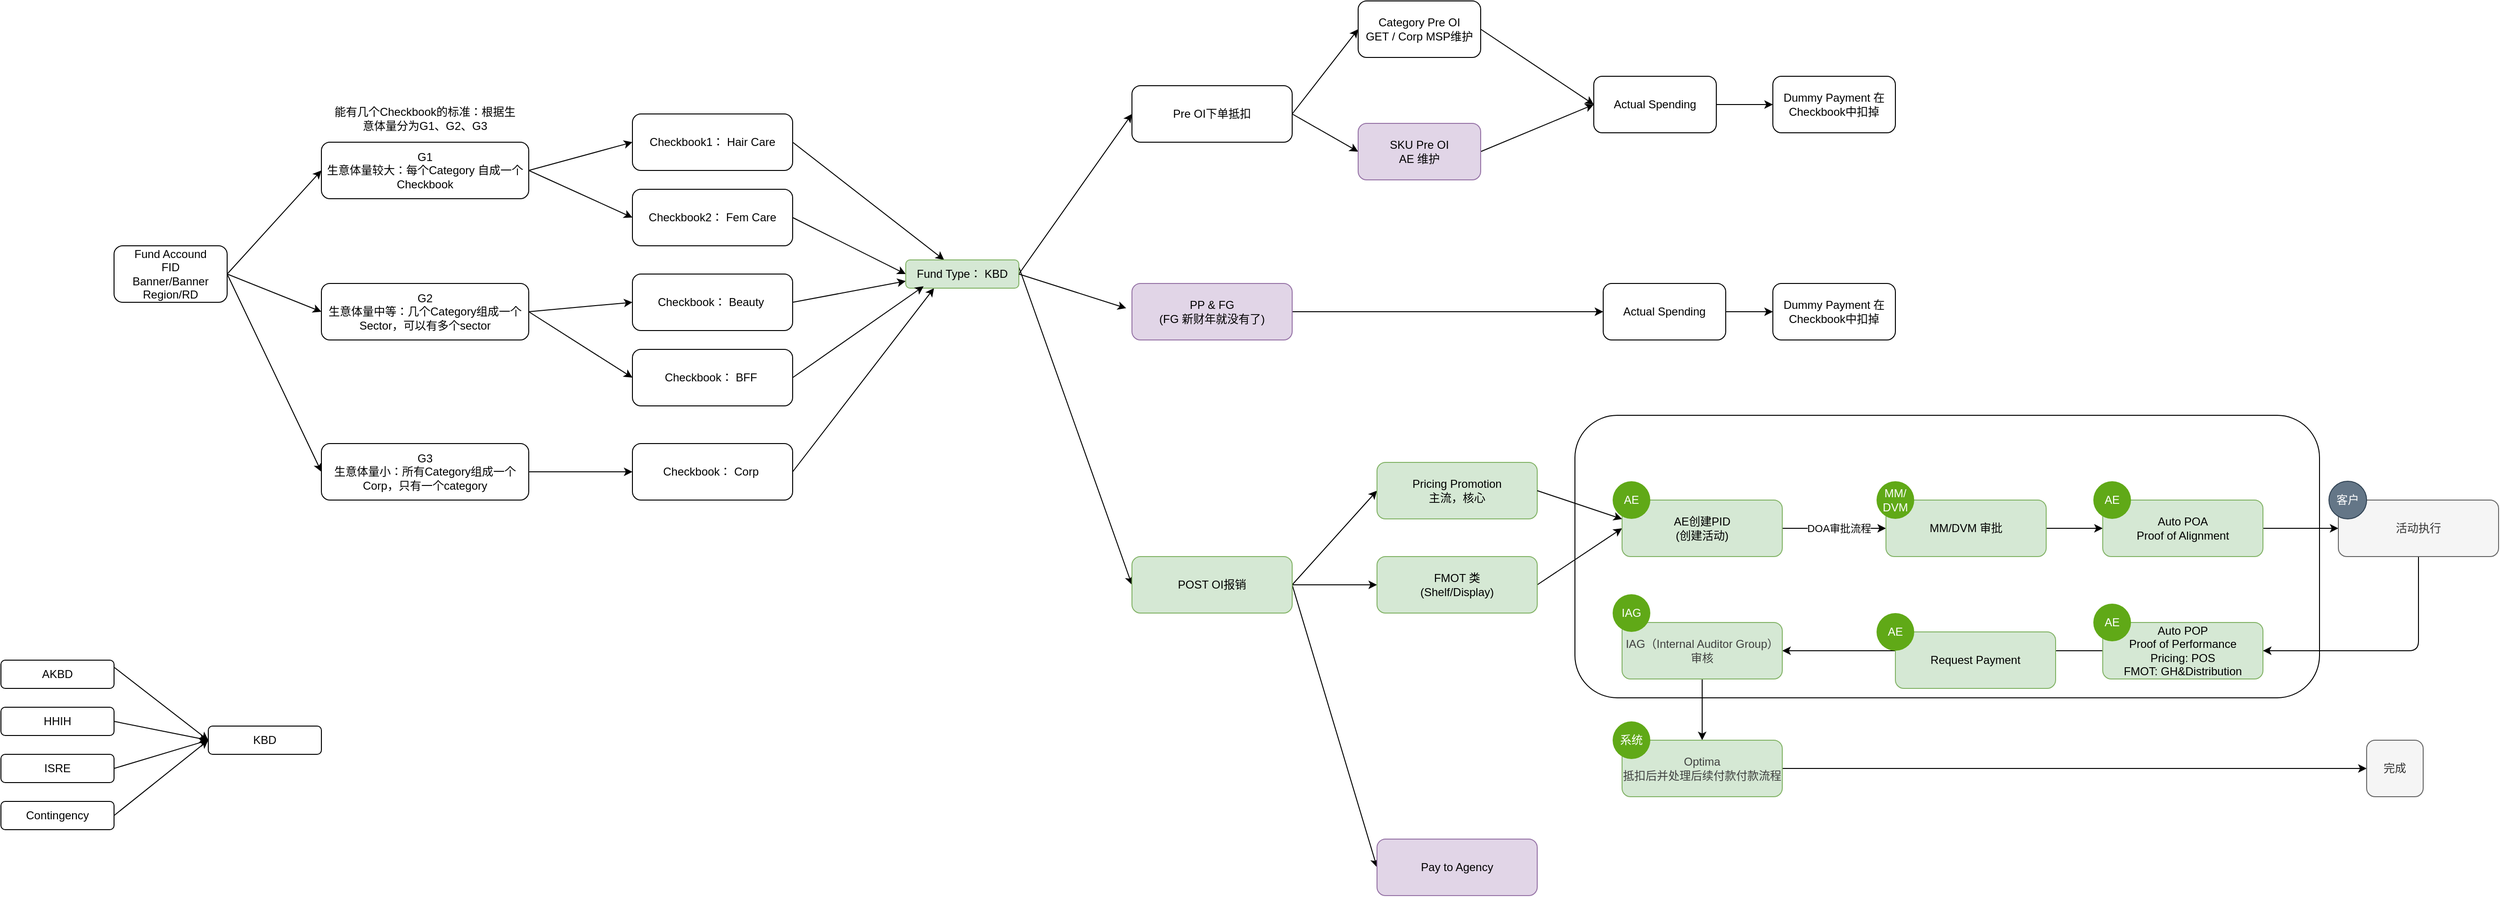
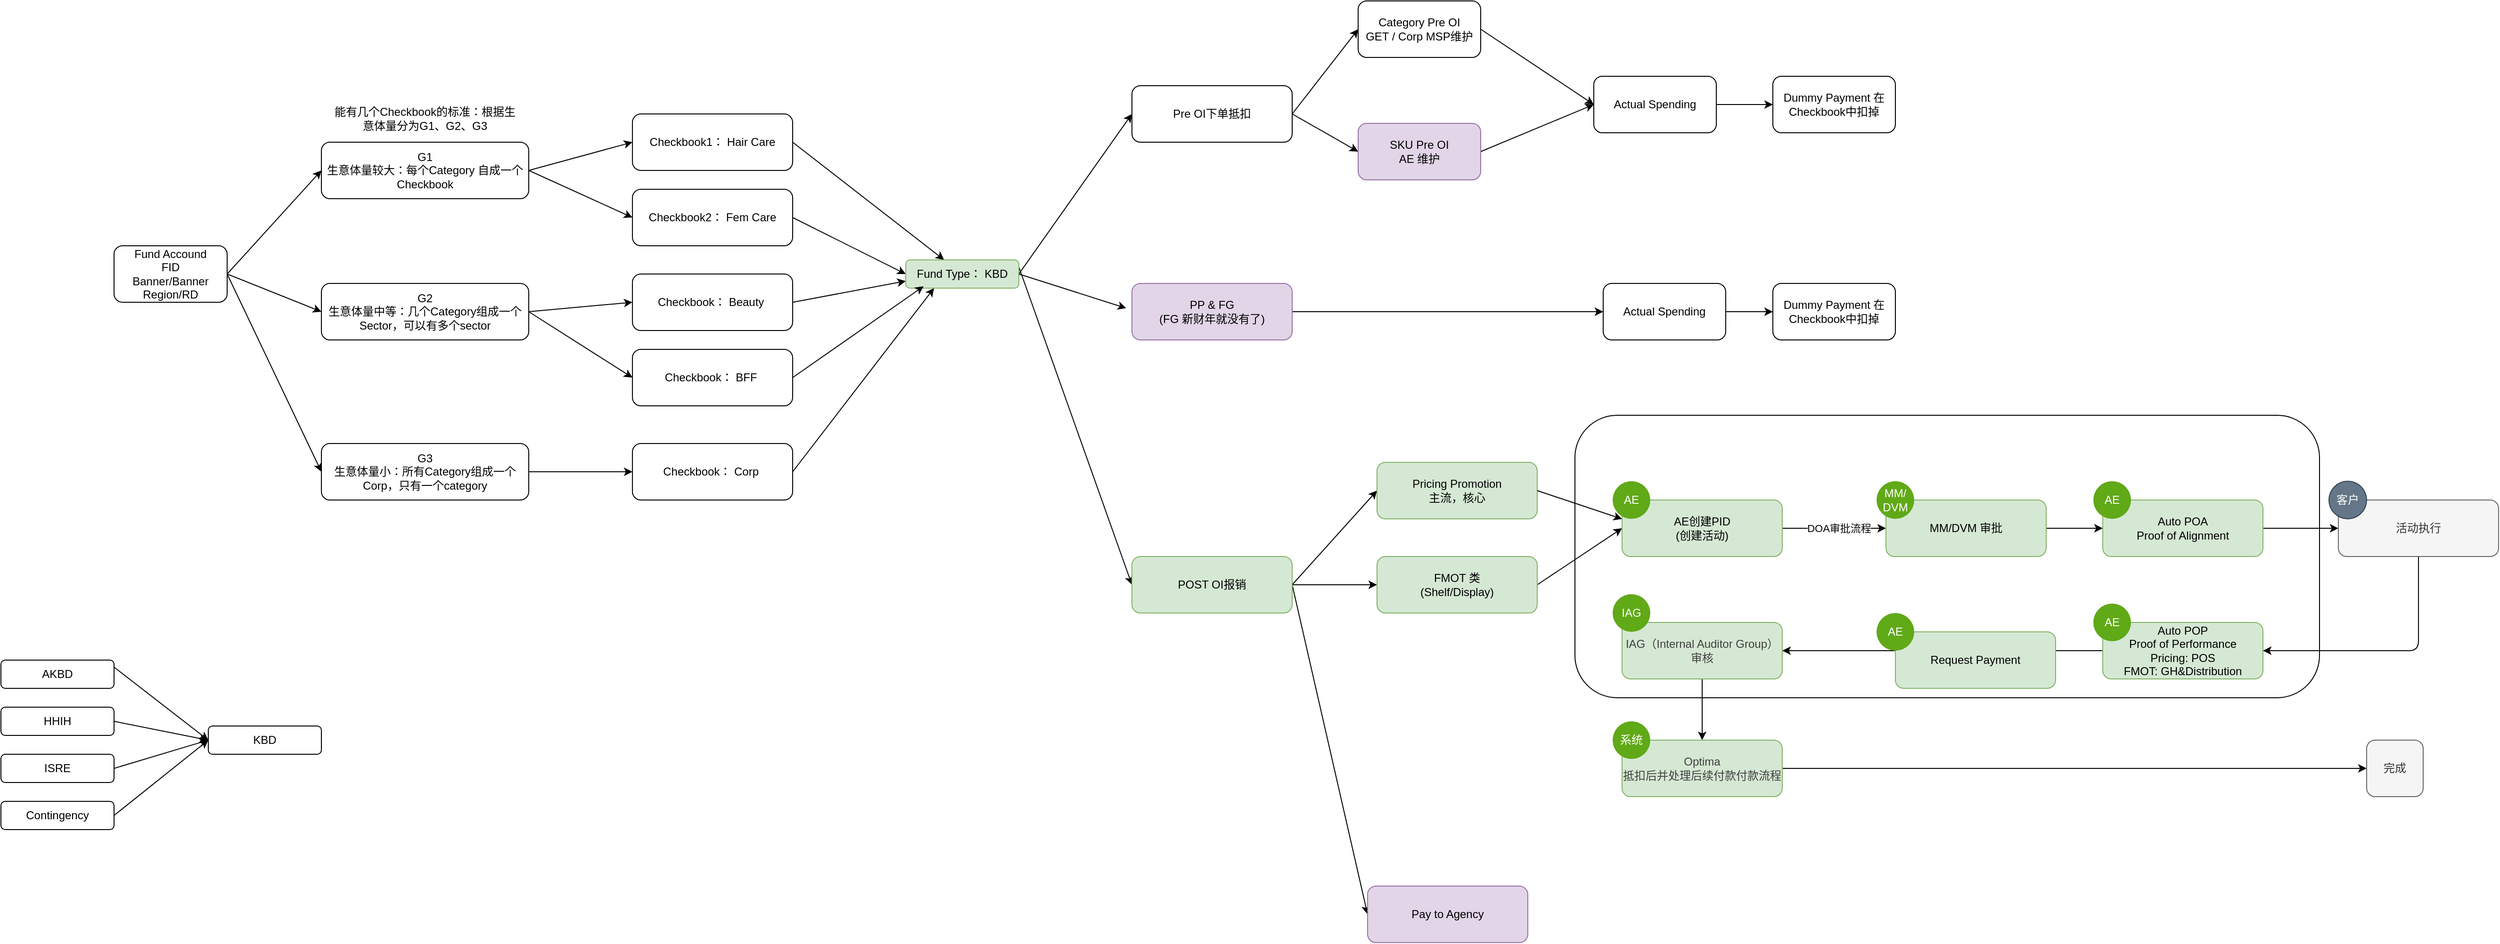
<mxfile host="65bd71144e">
    <diagram id="UAZPICK1sHRBZ5lxvISH" name="Page-1">
-         <mxGraphModel dx="3177" dy="1199" grid="1" gridSize="10" guides="1" tooltips="1" connect="1" arrows="1" fold="1" page="1" pageScale="1" pageWidth="2000" pageHeight="2000" math="0" shadow="0">
+         <mxGraphModel dx="3631" dy="826" grid="1" gridSize="10" guides="1" tooltips="1" connect="1" arrows="1" fold="1" page="1" pageScale="1" pageWidth="2000" pageHeight="2000" math="0" shadow="0">
            <root>
                <mxCell id="0"/>
                <mxCell id="1" parent="0"/>
-                 <mxCell id="74" value="" style="rounded=1;whiteSpace=wrap;html=1;" vertex="1" parent="1">
+                 <mxCell id="74" value="" style="rounded=1;whiteSpace=wrap;html=1;" parent="1" vertex="1">
                    <mxGeometry x="1510" y="520" width="790" height="300" as="geometry"/>
                </mxCell>
                <mxCell id="9" style="edgeStyle=none;html=1;exitX=1;exitY=0.5;exitDx=0;exitDy=0;entryX=0;entryY=0.5;entryDx=0;entryDy=0;" parent="1" source="2" target="8" edge="1">
                    <mxGeometry relative="1" as="geometry"/>
                </mxCell>
                <mxCell id="13" style="edgeStyle=none;html=1;exitX=1;exitY=0.5;exitDx=0;exitDy=0;entryX=0;entryY=0.5;entryDx=0;entryDy=0;" parent="1" source="2" target="12" edge="1">
                    <mxGeometry relative="1" as="geometry"/>
                </mxCell>
                <mxCell id="15" style="edgeStyle=none;html=1;exitX=1;exitY=0.5;exitDx=0;exitDy=0;entryX=0;entryY=0.5;entryDx=0;entryDy=0;" parent="1" source="2" target="14" edge="1">
                    <mxGeometry relative="1" as="geometry"/>
                </mxCell>
                <mxCell id="2" value="Fund Accound&lt;div&gt;FID&lt;/div&gt;&lt;div&gt;Banner/Banner Region/RD&lt;/div&gt;" style="rounded=1;whiteSpace=wrap;html=1;" parent="1" vertex="1">
                    <mxGeometry x="-40" y="340" width="120" height="60" as="geometry"/>
                </mxCell>
                <mxCell id="34" style="edgeStyle=none;html=1;exitX=1;exitY=0.5;exitDx=0;exitDy=0;" parent="1" source="3" target="24" edge="1">
                    <mxGeometry relative="1" as="geometry"/>
                </mxCell>
                <mxCell id="3" value="Checkbook1： Hair Care" style="rounded=1;whiteSpace=wrap;html=1;" parent="1" vertex="1">
                    <mxGeometry x="510" y="200" width="170" height="60" as="geometry"/>
                </mxCell>
                <mxCell id="35" style="edgeStyle=none;html=1;exitX=1;exitY=0.5;exitDx=0;exitDy=0;entryX=0;entryY=0.5;entryDx=0;entryDy=0;" parent="1" source="5" target="24" edge="1">
                    <mxGeometry relative="1" as="geometry"/>
                </mxCell>
                <mxCell id="5" value="Checkbook2： Fem Care" style="rounded=1;whiteSpace=wrap;html=1;" parent="1" vertex="1">
                    <mxGeometry x="510" y="280" width="170" height="60" as="geometry"/>
                </mxCell>
                <mxCell id="7" value="能有几个Checkbook的标准：根据生意体量分为G1、G2、G3" style="text;html=1;align=center;verticalAlign=middle;whiteSpace=wrap;rounded=0;" parent="1" vertex="1">
                    <mxGeometry x="190" y="190" width="200" height="30" as="geometry"/>
                </mxCell>
                <mxCell id="10" style="edgeStyle=none;html=1;exitX=1;exitY=0.5;exitDx=0;exitDy=0;entryX=0;entryY=0.5;entryDx=0;entryDy=0;" parent="1" source="8" target="3" edge="1">
                    <mxGeometry relative="1" as="geometry"/>
                </mxCell>
                <mxCell id="11" style="edgeStyle=none;html=1;exitX=1;exitY=0.5;exitDx=0;exitDy=0;entryX=0;entryY=0.5;entryDx=0;entryDy=0;" parent="1" source="8" target="5" edge="1">
                    <mxGeometry relative="1" as="geometry"/>
                </mxCell>
                <mxCell id="8" value="G1&lt;div&gt;生意体量较大：每个Category 自成一个Checkbook&lt;/div&gt;" style="rounded=1;whiteSpace=wrap;html=1;" parent="1" vertex="1">
                    <mxGeometry x="180" y="230" width="220" height="60" as="geometry"/>
                </mxCell>
                <mxCell id="18" style="edgeStyle=none;html=1;exitX=1;exitY=0.5;exitDx=0;exitDy=0;entryX=0;entryY=0.5;entryDx=0;entryDy=0;" parent="1" source="12" target="16" edge="1">
                    <mxGeometry relative="1" as="geometry"/>
                </mxCell>
                <mxCell id="20" style="edgeStyle=none;html=1;exitX=1;exitY=0.5;exitDx=0;exitDy=0;entryX=0;entryY=0.5;entryDx=0;entryDy=0;" parent="1" source="12" target="19" edge="1">
                    <mxGeometry relative="1" as="geometry"/>
                </mxCell>
                <mxCell id="12" value="G2&lt;div&gt;生意体量中等：几个Category组成一个Sector，可以有多个sector&lt;/div&gt;" style="rounded=1;whiteSpace=wrap;html=1;" parent="1" vertex="1">
                    <mxGeometry x="180" y="380" width="220" height="60" as="geometry"/>
                </mxCell>
                <mxCell id="22" style="edgeStyle=none;html=1;exitX=1;exitY=0.5;exitDx=0;exitDy=0;entryX=0;entryY=0.5;entryDx=0;entryDy=0;" parent="1" source="14" target="21" edge="1">
                    <mxGeometry relative="1" as="geometry"/>
                </mxCell>
                <mxCell id="14" value="G3&lt;div&gt;生意体量小：所有Category组成一个Corp，只有一个category&lt;/div&gt;" style="rounded=1;whiteSpace=wrap;html=1;" parent="1" vertex="1">
                    <mxGeometry x="180" y="550" width="220" height="60" as="geometry"/>
                </mxCell>
                <mxCell id="36" style="edgeStyle=none;html=1;exitX=1;exitY=0.5;exitDx=0;exitDy=0;entryX=0;entryY=0.75;entryDx=0;entryDy=0;" parent="1" source="16" target="24" edge="1">
                    <mxGeometry relative="1" as="geometry"/>
                </mxCell>
                <mxCell id="16" value="Checkbook： Beauty&amp;nbsp;" style="rounded=1;whiteSpace=wrap;html=1;" parent="1" vertex="1">
                    <mxGeometry x="510" y="370" width="170" height="60" as="geometry"/>
                </mxCell>
                <mxCell id="19" value="Checkbook： BFF&amp;nbsp;" style="rounded=1;whiteSpace=wrap;html=1;" parent="1" vertex="1">
                    <mxGeometry x="510" y="450" width="170" height="60" as="geometry"/>
                </mxCell>
                <mxCell id="38" style="edgeStyle=none;html=1;exitX=1;exitY=0.5;exitDx=0;exitDy=0;entryX=0.25;entryY=1;entryDx=0;entryDy=0;" parent="1" source="21" target="24" edge="1">
                    <mxGeometry relative="1" as="geometry"/>
                </mxCell>
                <mxCell id="21" value="Checkbook： Corp&amp;nbsp;" style="rounded=1;whiteSpace=wrap;html=1;" parent="1" vertex="1">
                    <mxGeometry x="510" y="550" width="170" height="60" as="geometry"/>
                </mxCell>
                <mxCell id="23" value="KBD" style="rounded=1;whiteSpace=wrap;html=1;" parent="1" vertex="1">
                    <mxGeometry x="60" y="850" width="120" height="30" as="geometry"/>
                </mxCell>
                <mxCell id="42" style="edgeStyle=none;html=1;exitX=1;exitY=0.5;exitDx=0;exitDy=0;entryX=0;entryY=0.5;entryDx=0;entryDy=0;" parent="1" source="24" target="40" edge="1">
                    <mxGeometry relative="1" as="geometry"/>
                </mxCell>
                <mxCell id="43" style="edgeStyle=none;html=1;exitX=1;exitY=0.25;exitDx=0;exitDy=0;entryX=0;entryY=0.5;entryDx=0;entryDy=0;" parent="1" source="24" target="41" edge="1">
                    <mxGeometry relative="1" as="geometry"/>
                </mxCell>
                <mxCell id="24" value="Fund Type： KBD" style="rounded=1;whiteSpace=wrap;html=1;fillColor=#d5e8d4;strokeColor=#82b366;" parent="1" vertex="1">
                    <mxGeometry x="800" y="355" width="120" height="30" as="geometry"/>
                </mxCell>
                <mxCell id="30" style="edgeStyle=none;html=1;exitX=1;exitY=0.5;exitDx=0;exitDy=0;entryX=0;entryY=0.5;entryDx=0;entryDy=0;" parent="1" source="25" target="23" edge="1">
                    <mxGeometry relative="1" as="geometry"/>
                </mxCell>
                <mxCell id="25" value="HHIH" style="rounded=1;whiteSpace=wrap;html=1;" parent="1" vertex="1">
                    <mxGeometry x="-160" y="830" width="120" height="30" as="geometry"/>
                </mxCell>
                <mxCell id="29" style="edgeStyle=none;html=1;exitX=1;exitY=0.25;exitDx=0;exitDy=0;entryX=0;entryY=0.5;entryDx=0;entryDy=0;" parent="1" source="26" target="23" edge="1">
                    <mxGeometry relative="1" as="geometry"/>
                </mxCell>
                <mxCell id="26" value="AKBD" style="rounded=1;whiteSpace=wrap;html=1;" parent="1" vertex="1">
                    <mxGeometry x="-160" y="780" width="120" height="30" as="geometry"/>
                </mxCell>
                <mxCell id="31" style="edgeStyle=none;html=1;exitX=1;exitY=0.5;exitDx=0;exitDy=0;entryX=0;entryY=0.5;entryDx=0;entryDy=0;" parent="1" source="27" target="23" edge="1">
                    <mxGeometry relative="1" as="geometry"/>
                </mxCell>
                <mxCell id="27" value="ISRE" style="rounded=1;whiteSpace=wrap;html=1;" parent="1" vertex="1">
                    <mxGeometry x="-160" y="880" width="120" height="30" as="geometry"/>
                </mxCell>
                <mxCell id="32" style="edgeStyle=none;html=1;exitX=1;exitY=0.5;exitDx=0;exitDy=0;entryX=0;entryY=0.5;entryDx=0;entryDy=0;" parent="1" source="28" target="23" edge="1">
                    <mxGeometry relative="1" as="geometry"/>
                </mxCell>
                <mxCell id="28" value="Contingency" style="rounded=1;whiteSpace=wrap;html=1;" parent="1" vertex="1">
                    <mxGeometry x="-160" y="930" width="120" height="30" as="geometry"/>
                </mxCell>
                <mxCell id="39" style="edgeStyle=none;html=1;exitX=1;exitY=0.5;exitDx=0;exitDy=0;entryX=0.158;entryY=0.933;entryDx=0;entryDy=0;entryPerimeter=0;" parent="1" source="19" target="24" edge="1">
                    <mxGeometry relative="1" as="geometry"/>
                </mxCell>
                <mxCell id="46" style="edgeStyle=none;html=1;exitX=1;exitY=0.5;exitDx=0;exitDy=0;entryX=0;entryY=0.5;entryDx=0;entryDy=0;" parent="1" source="40" target="44" edge="1">
                    <mxGeometry relative="1" as="geometry"/>
                </mxCell>
                <mxCell id="48" style="edgeStyle=none;html=1;exitX=1;exitY=0.5;exitDx=0;exitDy=0;entryX=0;entryY=0.5;entryDx=0;entryDy=0;" parent="1" source="40" target="47" edge="1">
                    <mxGeometry relative="1" as="geometry"/>
                </mxCell>
                <mxCell id="40" value="Pre OI下单抵扣" style="rounded=1;whiteSpace=wrap;html=1;" parent="1" vertex="1">
                    <mxGeometry x="1040" y="170" width="170" height="60" as="geometry"/>
                </mxCell>
-                 <mxCell id="59" style="edgeStyle=none;html=1;exitX=1;exitY=0.5;exitDx=0;exitDy=0;entryX=0;entryY=0.5;entryDx=0;entryDy=0;" edge="1" parent="1" source="41" target="56">
-                     <mxGeometry relative="1" as="geometry"/>
-                 </mxCell>
-                 <mxCell id="60" style="edgeStyle=none;html=1;exitX=1;exitY=0.5;exitDx=0;exitDy=0;entryX=0;entryY=0.5;entryDx=0;entryDy=0;" edge="1" parent="1" source="41" target="57">
-                     <mxGeometry relative="1" as="geometry"/>
-                 </mxCell>
-                 <mxCell id="61" style="edgeStyle=none;html=1;exitX=1;exitY=0.5;exitDx=0;exitDy=0;entryX=0;entryY=0.5;entryDx=0;entryDy=0;" edge="1" parent="1" source="41" target="58">
+                 <mxCell id="59" style="edgeStyle=none;html=1;exitX=1;exitY=0.5;exitDx=0;exitDy=0;entryX=0;entryY=0.5;entryDx=0;entryDy=0;" parent="1" source="41" target="56" edge="1">
+                     <mxGeometry relative="1" as="geometry"/>
+                 </mxCell>
+                 <mxCell id="60" style="edgeStyle=none;html=1;exitX=1;exitY=0.5;exitDx=0;exitDy=0;entryX=0;entryY=0.5;entryDx=0;entryDy=0;" parent="1" source="41" target="57" edge="1">
+                     <mxGeometry relative="1" as="geometry"/>
+                 </mxCell>
+                 <mxCell id="61" style="edgeStyle=none;html=1;exitX=1;exitY=0.5;exitDx=0;exitDy=0;entryX=0;entryY=0.5;entryDx=0;entryDy=0;" parent="1" source="41" target="58" edge="1">
                    <mxGeometry relative="1" as="geometry"/>
                </mxCell>
                <mxCell id="41" value="POST OI报销" style="rounded=1;whiteSpace=wrap;html=1;fillColor=#d5e8d4;strokeColor=#82b366;" parent="1" vertex="1">
                    <mxGeometry x="1040" y="670" width="170" height="60" as="geometry"/>
                </mxCell>
                <mxCell id="52" style="edgeStyle=none;html=1;exitX=1;exitY=0.5;exitDx=0;exitDy=0;entryX=0;entryY=0.5;entryDx=0;entryDy=0;" parent="1" source="44" target="51" edge="1">
                    <mxGeometry relative="1" as="geometry"/>
                </mxCell>
                <mxCell id="44" value="Category Pre OI&lt;div&gt;GET / Corp MSP维护&lt;/div&gt;" style="rounded=1;whiteSpace=wrap;html=1;" parent="1" vertex="1">
                    <mxGeometry x="1280" y="80" width="130" height="60" as="geometry"/>
                </mxCell>
                <mxCell id="53" style="edgeStyle=none;html=1;exitX=1;exitY=0.5;exitDx=0;exitDy=0;entryX=0;entryY=0.5;entryDx=0;entryDy=0;" parent="1" source="47" target="51" edge="1">
                    <mxGeometry relative="1" as="geometry"/>
                </mxCell>
                <mxCell id="47" value="SKU Pre OI&lt;div&gt;AE 维护&lt;/div&gt;" style="rounded=1;whiteSpace=wrap;html=1;fillColor=#e1d5e7;strokeColor=#9673a6;" parent="1" vertex="1">
                    <mxGeometry x="1280" y="210" width="130" height="60" as="geometry"/>
                </mxCell>
                <mxCell id="55" style="edgeStyle=none;html=1;exitX=1;exitY=0.5;exitDx=0;exitDy=0;entryX=0;entryY=0.5;entryDx=0;entryDy=0;" parent="1" source="51" target="54" edge="1">
                    <mxGeometry relative="1" as="geometry"/>
                </mxCell>
                <mxCell id="51" value="Actual Spending" style="rounded=1;whiteSpace=wrap;html=1;" parent="1" vertex="1">
                    <mxGeometry x="1530" y="160" width="130" height="60" as="geometry"/>
                </mxCell>
                <mxCell id="54" value="Dummy Payment 在Checkbook中扣掉" style="rounded=1;whiteSpace=wrap;html=1;" parent="1" vertex="1">
                    <mxGeometry x="1720" y="160" width="130" height="60" as="geometry"/>
                </mxCell>
-                 <mxCell id="56" value="Pricing Promotion&lt;div&gt;主流，核心&lt;/div&gt;" style="rounded=1;whiteSpace=wrap;html=1;fillColor=#d5e8d4;strokeColor=#82b366;" vertex="1" parent="1">
+                 <mxCell id="56" value="Pricing Promotion&lt;div&gt;主流，核心&lt;/div&gt;" style="rounded=1;whiteSpace=wrap;html=1;fillColor=#d5e8d4;strokeColor=#82b366;" parent="1" vertex="1">
                    <mxGeometry x="1300" y="570" width="170" height="60" as="geometry"/>
                </mxCell>
-                 <mxCell id="76" style="edgeStyle=none;html=1;exitX=1;exitY=0.5;exitDx=0;exitDy=0;entryX=0;entryY=0.5;entryDx=0;entryDy=0;" edge="1" parent="1" source="57" target="70">
-                     <mxGeometry relative="1" as="geometry"/>
-                 </mxCell>
-                 <mxCell id="57" value="FMOT 类&lt;div&gt;(Shelf/Display)&lt;/div&gt;" style="rounded=1;whiteSpace=wrap;html=1;fillColor=#d5e8d4;strokeColor=#82b366;" vertex="1" parent="1">
+                 <mxCell id="76" style="edgeStyle=none;html=1;exitX=1;exitY=0.5;exitDx=0;exitDy=0;entryX=0;entryY=0.5;entryDx=0;entryDy=0;" parent="1" source="57" target="70" edge="1">
+                     <mxGeometry relative="1" as="geometry"/>
+                 </mxCell>
+                 <mxCell id="57" value="FMOT 类&lt;div&gt;(Shelf/Display)&lt;/div&gt;" style="rounded=1;whiteSpace=wrap;html=1;fillColor=#d5e8d4;strokeColor=#82b366;" parent="1" vertex="1">
                    <mxGeometry x="1300" y="670" width="170" height="60" as="geometry"/>
                </mxCell>
-                 <mxCell id="58" value="Pay to Agency" style="rounded=1;whiteSpace=wrap;html=1;fillColor=#e1d5e7;strokeColor=#9673a6;" vertex="1" parent="1">
-                     <mxGeometry x="1300" y="970" width="170" height="60" as="geometry"/>
-                 </mxCell>
-                 <mxCell id="64" style="edgeStyle=none;html=1;exitX=1;exitY=0.5;exitDx=0;exitDy=0;entryX=0;entryY=0.5;entryDx=0;entryDy=0;" edge="1" parent="1" source="62" target="63">
-                     <mxGeometry relative="1" as="geometry"/>
-                 </mxCell>
-                 <mxCell id="62" value="PP &amp;amp; FG&lt;div&gt;(FG 新财年就没有了)&lt;/div&gt;" style="rounded=1;whiteSpace=wrap;html=1;fillColor=#e1d5e7;strokeColor=#9673a6;" vertex="1" parent="1">
+                 <mxCell id="58" value="Pay to Agency" style="rounded=1;whiteSpace=wrap;html=1;fillColor=#e1d5e7;strokeColor=#9673a6;" parent="1" vertex="1">
+                     <mxGeometry x="1290" y="1020" width="170" height="60" as="geometry"/>
+                 </mxCell>
+                 <mxCell id="64" style="edgeStyle=none;html=1;exitX=1;exitY=0.5;exitDx=0;exitDy=0;entryX=0;entryY=0.5;entryDx=0;entryDy=0;" parent="1" source="62" target="63" edge="1">
+                     <mxGeometry relative="1" as="geometry"/>
+                 </mxCell>
+                 <mxCell id="62" value="PP &amp;amp; FG&lt;div&gt;(FG 新财年就没有了)&lt;/div&gt;" style="rounded=1;whiteSpace=wrap;html=1;fillColor=#e1d5e7;strokeColor=#9673a6;" parent="1" vertex="1">
                    <mxGeometry x="1040" y="380" width="170" height="60" as="geometry"/>
                </mxCell>
-                 <mxCell id="67" style="edgeStyle=none;html=1;exitX=1;exitY=0.5;exitDx=0;exitDy=0;entryX=0;entryY=0.5;entryDx=0;entryDy=0;" edge="1" parent="1" source="63" target="66">
-                     <mxGeometry relative="1" as="geometry"/>
-                 </mxCell>
-                 <mxCell id="63" value="Actual Spending" style="rounded=1;whiteSpace=wrap;html=1;" vertex="1" parent="1">
+                 <mxCell id="67" style="edgeStyle=none;html=1;exitX=1;exitY=0.5;exitDx=0;exitDy=0;entryX=0;entryY=0.5;entryDx=0;entryDy=0;" parent="1" source="63" target="66" edge="1">
+                     <mxGeometry relative="1" as="geometry"/>
+                 </mxCell>
+                 <mxCell id="63" value="Actual Spending" style="rounded=1;whiteSpace=wrap;html=1;" parent="1" vertex="1">
                    <mxGeometry x="1540" y="380" width="130" height="60" as="geometry"/>
                </mxCell>
-                 <mxCell id="65" style="edgeStyle=none;html=1;exitX=1;exitY=0.5;exitDx=0;exitDy=0;entryX=-0.036;entryY=0.438;entryDx=0;entryDy=0;entryPerimeter=0;" edge="1" parent="1" source="24" target="62">
-                     <mxGeometry relative="1" as="geometry"/>
-                 </mxCell>
-                 <mxCell id="66" value="Dummy Payment 在Checkbook中扣掉" style="rounded=1;whiteSpace=wrap;html=1;" vertex="1" parent="1">
+                 <mxCell id="65" style="edgeStyle=none;html=1;exitX=1;exitY=0.5;exitDx=0;exitDy=0;entryX=-0.036;entryY=0.438;entryDx=0;entryDy=0;entryPerimeter=0;" parent="1" source="24" target="62" edge="1">
+                     <mxGeometry relative="1" as="geometry"/>
+                 </mxCell>
+                 <mxCell id="66" value="Dummy Payment 在Checkbook中扣掉" style="rounded=1;whiteSpace=wrap;html=1;" parent="1" vertex="1">
                    <mxGeometry x="1720" y="380" width="130" height="60" as="geometry"/>
                </mxCell>
-                 <mxCell id="77" style="edgeStyle=none;html=1;exitX=1;exitY=0.5;exitDx=0;exitDy=0;entryX=0;entryY=0.5;entryDx=0;entryDy=0;" edge="1" parent="1" source="70" target="73">
-                     <mxGeometry relative="1" as="geometry"/>
-                 </mxCell>
-                 <mxCell id="78" value="DOA审批流程" style="edgeLabel;html=1;align=center;verticalAlign=middle;resizable=0;points=[];" vertex="1" connectable="0" parent="77">
+                 <mxCell id="77" style="edgeStyle=none;html=1;exitX=1;exitY=0.5;exitDx=0;exitDy=0;entryX=0;entryY=0.5;entryDx=0;entryDy=0;" parent="1" source="70" target="73" edge="1">
+                     <mxGeometry relative="1" as="geometry"/>
+                 </mxCell>
+                 <mxCell id="78" value="DOA审批流程" style="edgeLabel;html=1;align=center;verticalAlign=middle;resizable=0;points=[];" parent="77" vertex="1" connectable="0">
                    <mxGeometry x="-0.2154" relative="1" as="geometry">
                        <mxPoint x="17" as="offset"/>
                    </mxGeometry>
                </mxCell>
-                 <mxCell id="70" value="AE创建PID&lt;div&gt;(创建活动)&lt;/div&gt;" style="rounded=1;whiteSpace=wrap;html=1;fillColor=#d5e8d4;strokeColor=#82b366;" vertex="1" parent="1">
+                 <mxCell id="70" value="AE创建PID&lt;div&gt;(创建活动)&lt;/div&gt;" style="rounded=1;whiteSpace=wrap;html=1;fillColor=#d5e8d4;strokeColor=#82b366;" parent="1" vertex="1">
                    <mxGeometry x="1560" y="610" width="170" height="60" as="geometry"/>
                </mxCell>
-                 <mxCell id="80" style="edgeStyle=none;html=1;exitX=1;exitY=0.5;exitDx=0;exitDy=0;entryX=0;entryY=0.5;entryDx=0;entryDy=0;" edge="1" parent="1" source="73" target="79">
-                     <mxGeometry relative="1" as="geometry"/>
-                 </mxCell>
-                 <mxCell id="73" value="MM/DVM 审批" style="rounded=1;whiteSpace=wrap;html=1;fillColor=#d5e8d4;strokeColor=#82b366;" vertex="1" parent="1">
+                 <mxCell id="80" style="edgeStyle=none;html=1;exitX=1;exitY=0.5;exitDx=0;exitDy=0;entryX=0;entryY=0.5;entryDx=0;entryDy=0;" parent="1" source="73" target="79" edge="1">
+                     <mxGeometry relative="1" as="geometry"/>
+                 </mxCell>
+                 <mxCell id="73" value="MM/DVM 审批" style="rounded=1;whiteSpace=wrap;html=1;fillColor=#d5e8d4;strokeColor=#82b366;" parent="1" vertex="1">
                    <mxGeometry x="1840" y="610" width="170" height="60" as="geometry"/>
                </mxCell>
-                 <mxCell id="75" style="edgeStyle=none;html=1;exitX=1;exitY=0.5;exitDx=0;exitDy=0;entryX=0;entryY=0.336;entryDx=0;entryDy=0;entryPerimeter=0;" edge="1" parent="1" source="56" target="70">
-                     <mxGeometry relative="1" as="geometry"/>
-                 </mxCell>
-                 <mxCell id="85" style="edgeStyle=none;html=1;exitX=1;exitY=0.5;exitDx=0;exitDy=0;entryX=0;entryY=0.5;entryDx=0;entryDy=0;" edge="1" parent="1" source="79" target="84">
-                     <mxGeometry relative="1" as="geometry"/>
-                 </mxCell>
-                 <mxCell id="79" value="Auto POA&lt;div&gt;Proof of Alignment&lt;/div&gt;" style="rounded=1;whiteSpace=wrap;html=1;fillColor=#d5e8d4;strokeColor=#82b366;" vertex="1" parent="1">
+                 <mxCell id="75" style="edgeStyle=none;html=1;exitX=1;exitY=0.5;exitDx=0;exitDy=0;entryX=0;entryY=0.336;entryDx=0;entryDy=0;entryPerimeter=0;" parent="1" source="56" target="70" edge="1">
+                     <mxGeometry relative="1" as="geometry"/>
+                 </mxCell>
+                 <mxCell id="85" style="edgeStyle=none;html=1;exitX=1;exitY=0.5;exitDx=0;exitDy=0;entryX=0;entryY=0.5;entryDx=0;entryDy=0;" parent="1" source="79" target="84" edge="1">
+                     <mxGeometry relative="1" as="geometry"/>
+                 </mxCell>
+                 <mxCell id="79" value="Auto POA&lt;div&gt;Proof of Alignment&lt;/div&gt;" style="rounded=1;whiteSpace=wrap;html=1;fillColor=#d5e8d4;strokeColor=#82b366;" parent="1" vertex="1">
                    <mxGeometry x="2070" y="610" width="170" height="60" as="geometry"/>
                </mxCell>
-                 <mxCell id="88" style="edgeStyle=none;html=1;exitX=0;exitY=0.5;exitDx=0;exitDy=0;" edge="1" parent="1" source="81" target="87">
-                     <mxGeometry relative="1" as="geometry"/>
-                 </mxCell>
-                 <mxCell id="81" value="Auto POP&lt;div&gt;Proof of Performance&lt;/div&gt;&lt;div&gt;Pricing: POS&lt;/div&gt;&lt;div&gt;FMOT: GH&amp;amp;Distribution&lt;/div&gt;" style="rounded=1;whiteSpace=wrap;html=1;fillColor=#d5e8d4;strokeColor=#82b366;" vertex="1" parent="1">
+                 <mxCell id="88" style="edgeStyle=none;html=1;exitX=0;exitY=0.5;exitDx=0;exitDy=0;" parent="1" source="81" target="87" edge="1">
+                     <mxGeometry relative="1" as="geometry"/>
+                 </mxCell>
+                 <mxCell id="81" value="Auto POP&lt;div&gt;Proof of Performance&lt;/div&gt;&lt;div&gt;Pricing: POS&lt;/div&gt;&lt;div&gt;FMOT: GH&amp;amp;Distribution&lt;/div&gt;" style="rounded=1;whiteSpace=wrap;html=1;fillColor=#d5e8d4;strokeColor=#82b366;" parent="1" vertex="1">
                    <mxGeometry x="2070" y="740" width="170" height="60" as="geometry"/>
                </mxCell>
-                 <mxCell id="86" style="edgeStyle=orthogonalEdgeStyle;html=1;exitX=0.5;exitY=1;exitDx=0;exitDy=0;entryX=1;entryY=0.5;entryDx=0;entryDy=0;" edge="1" parent="1" source="84" target="81">
-                     <mxGeometry relative="1" as="geometry"/>
-                 </mxCell>
-                 <mxCell id="84" value="活动执行" style="rounded=1;whiteSpace=wrap;html=1;fillColor=#f5f5f5;strokeColor=#666666;fontColor=#333333;" vertex="1" parent="1">
+                 <mxCell id="86" style="edgeStyle=orthogonalEdgeStyle;html=1;exitX=0.5;exitY=1;exitDx=0;exitDy=0;entryX=1;entryY=0.5;entryDx=0;entryDy=0;" parent="1" source="84" target="81" edge="1">
+                     <mxGeometry relative="1" as="geometry"/>
+                 </mxCell>
+                 <mxCell id="84" value="活动执行" style="rounded=1;whiteSpace=wrap;html=1;fillColor=#f5f5f5;strokeColor=#666666;fontColor=#333333;" parent="1" vertex="1">
                    <mxGeometry x="2320" y="610" width="170" height="60" as="geometry"/>
                </mxCell>
-                 <mxCell id="101" style="edgeStyle=none;html=1;exitX=0.5;exitY=1;exitDx=0;exitDy=0;" edge="1" parent="1" source="87" target="90">
-                     <mxGeometry relative="1" as="geometry"/>
-                 </mxCell>
-                 <mxCell id="87" value="&lt;span style=&quot;color: rgb(63, 63, 63);&quot;&gt;IAG（Internal Auditor Group） 审核&lt;/span&gt;" style="rounded=1;whiteSpace=wrap;html=1;fillColor=#d5e8d4;strokeColor=#82b366;" vertex="1" parent="1">
+                 <mxCell id="101" style="edgeStyle=none;html=1;exitX=0.5;exitY=1;exitDx=0;exitDy=0;" parent="1" source="87" target="90" edge="1">
+                     <mxGeometry relative="1" as="geometry"/>
+                 </mxCell>
+                 <mxCell id="87" value="&lt;span style=&quot;color: rgb(63, 63, 63);&quot;&gt;IAG（Internal Auditor Group） 审核&lt;/span&gt;" style="rounded=1;whiteSpace=wrap;html=1;fillColor=#d5e8d4;strokeColor=#82b366;" parent="1" vertex="1">
                    <mxGeometry x="1560" y="740" width="170" height="60" as="geometry"/>
                </mxCell>
-                 <mxCell id="89" value="Request Payment" style="rounded=1;whiteSpace=wrap;html=1;fillColor=#d5e8d4;strokeColor=#82b366;" vertex="1" parent="1">
+                 <mxCell id="89" value="Request Payment" style="rounded=1;whiteSpace=wrap;html=1;fillColor=#d5e8d4;strokeColor=#82b366;" parent="1" vertex="1">
                    <mxGeometry x="1850" y="750" width="170" height="60" as="geometry"/>
                </mxCell>
-                 <mxCell id="103" style="edgeStyle=none;html=1;exitX=1;exitY=0.5;exitDx=0;exitDy=0;entryX=0;entryY=0.5;entryDx=0;entryDy=0;" edge="1" parent="1" source="90" target="102">
-                     <mxGeometry relative="1" as="geometry"/>
-                 </mxCell>
-                 <mxCell id="90" value="&lt;span style=&quot;color: rgb(63, 63, 63);&quot;&gt;Optima&lt;/span&gt;&lt;div&gt;&lt;span style=&quot;color: rgb(63, 63, 63);&quot;&gt;抵扣后并处理后续付款付款流程&lt;/span&gt;&lt;/div&gt;" style="rounded=1;whiteSpace=wrap;html=1;fillColor=#d5e8d4;strokeColor=#82b366;" vertex="1" parent="1">
+                 <mxCell id="103" style="edgeStyle=none;html=1;exitX=1;exitY=0.5;exitDx=0;exitDy=0;entryX=0;entryY=0.5;entryDx=0;entryDy=0;" parent="1" source="90" target="102" edge="1">
+                     <mxGeometry relative="1" as="geometry"/>
+                 </mxCell>
+                 <mxCell id="90" value="&lt;span style=&quot;color: rgb(63, 63, 63);&quot;&gt;Optima&lt;/span&gt;&lt;div&gt;&lt;span style=&quot;color: rgb(63, 63, 63);&quot;&gt;抵扣后并处理后续付款付款流程&lt;/span&gt;&lt;/div&gt;" style="rounded=1;whiteSpace=wrap;html=1;fillColor=#d5e8d4;strokeColor=#82b366;" parent="1" vertex="1">
                    <mxGeometry x="1560" y="865" width="170" height="60" as="geometry"/>
                </mxCell>
-                 <mxCell id="91" value="AE" style="ellipse;whiteSpace=wrap;html=1;aspect=fixed;fillColor=#60a917;strokeColor=none;fontColor=#ffffff;" vertex="1" parent="1">
+                 <mxCell id="91" value="AE" style="ellipse;whiteSpace=wrap;html=1;aspect=fixed;fillColor=#60a917;strokeColor=none;fontColor=#ffffff;" parent="1" vertex="1">
                    <mxGeometry x="1550" y="590" width="40" height="40" as="geometry"/>
                </mxCell>
-                 <mxCell id="92" value="&lt;font style=&quot;color: light-dark(rgb(255, 255, 255), rgb(237, 237, 237));&quot;&gt;MM/&lt;/font&gt;&lt;div&gt;&lt;font style=&quot;color: light-dark(rgb(255, 255, 255), rgb(237, 237, 237));&quot;&gt;DVM&lt;/font&gt;&lt;/div&gt;" style="ellipse;whiteSpace=wrap;html=1;aspect=fixed;fillColor=#60a917;strokeColor=none;fontColor=#ffffff;" vertex="1" parent="1">
+                 <mxCell id="92" value="&lt;font style=&quot;color: light-dark(rgb(255, 255, 255), rgb(237, 237, 237));&quot;&gt;MM/&lt;/font&gt;&lt;div&gt;&lt;font style=&quot;color: light-dark(rgb(255, 255, 255), rgb(237, 237, 237));&quot;&gt;DVM&lt;/font&gt;&lt;/div&gt;" style="ellipse;whiteSpace=wrap;html=1;aspect=fixed;fillColor=#60a917;strokeColor=none;fontColor=#ffffff;" parent="1" vertex="1">
                    <mxGeometry x="1830" y="590" width="40" height="40" as="geometry"/>
                </mxCell>
-                 <mxCell id="93" value="AE" style="ellipse;whiteSpace=wrap;html=1;aspect=fixed;fillColor=#60a917;strokeColor=none;fontColor=#ffffff;" vertex="1" parent="1">
+                 <mxCell id="93" value="AE" style="ellipse;whiteSpace=wrap;html=1;aspect=fixed;fillColor=#60a917;strokeColor=none;fontColor=#ffffff;" parent="1" vertex="1">
                    <mxGeometry x="2060" y="590" width="40" height="40" as="geometry"/>
                </mxCell>
-                 <mxCell id="95" value="客户" style="ellipse;whiteSpace=wrap;html=1;aspect=fixed;fillColor=#647687;strokeColor=#314354;fontColor=#ffffff;" vertex="1" parent="1">
+                 <mxCell id="95" value="客户" style="ellipse;whiteSpace=wrap;html=1;aspect=fixed;fillColor=#647687;strokeColor=#314354;fontColor=#ffffff;" parent="1" vertex="1">
                    <mxGeometry x="2310" y="590" width="40" height="40" as="geometry"/>
                </mxCell>
-                 <mxCell id="96" value="AE" style="ellipse;whiteSpace=wrap;html=1;aspect=fixed;fillColor=#60a917;strokeColor=none;fontColor=#ffffff;" vertex="1" parent="1">
+                 <mxCell id="96" value="AE" style="ellipse;whiteSpace=wrap;html=1;aspect=fixed;fillColor=#60a917;strokeColor=none;fontColor=#ffffff;" parent="1" vertex="1">
                    <mxGeometry x="2060" y="720" width="40" height="40" as="geometry"/>
                </mxCell>
-                 <mxCell id="97" value="AE" style="ellipse;whiteSpace=wrap;html=1;aspect=fixed;fillColor=#60a917;strokeColor=none;fontColor=#ffffff;" vertex="1" parent="1">
+                 <mxCell id="97" value="AE" style="ellipse;whiteSpace=wrap;html=1;aspect=fixed;fillColor=#60a917;strokeColor=none;fontColor=#ffffff;" parent="1" vertex="1">
                    <mxGeometry x="1830" y="730" width="40" height="40" as="geometry"/>
                </mxCell>
-                 <mxCell id="98" value="IAG" style="ellipse;whiteSpace=wrap;html=1;aspect=fixed;fillColor=#60a917;strokeColor=none;fontColor=#ffffff;" vertex="1" parent="1">
+                 <mxCell id="98" value="IAG" style="ellipse;whiteSpace=wrap;html=1;aspect=fixed;fillColor=#60a917;strokeColor=none;fontColor=#ffffff;" parent="1" vertex="1">
                    <mxGeometry x="1550" y="710" width="40" height="40" as="geometry"/>
                </mxCell>
-                 <mxCell id="99" value="系统" style="ellipse;whiteSpace=wrap;html=1;aspect=fixed;fillColor=#60a917;strokeColor=none;fontColor=#ffffff;" vertex="1" parent="1">
+                 <mxCell id="99" value="系统" style="ellipse;whiteSpace=wrap;html=1;aspect=fixed;fillColor=#60a917;strokeColor=none;fontColor=#ffffff;" parent="1" vertex="1">
                    <mxGeometry x="1550" y="845" width="40" height="40" as="geometry"/>
                </mxCell>
-                 <mxCell id="102" value="完成" style="rounded=1;whiteSpace=wrap;html=1;fillColor=#f5f5f5;strokeColor=#666666;fontColor=#333333;" vertex="1" parent="1">
+                 <mxCell id="102" value="完成" style="rounded=1;whiteSpace=wrap;html=1;fillColor=#f5f5f5;strokeColor=#666666;fontColor=#333333;" parent="1" vertex="1">
                    <mxGeometry x="2350" y="865" width="60" height="60" as="geometry"/>
                </mxCell>
            </root>
        </mxGraphModel>
    </diagram>
</mxfile>